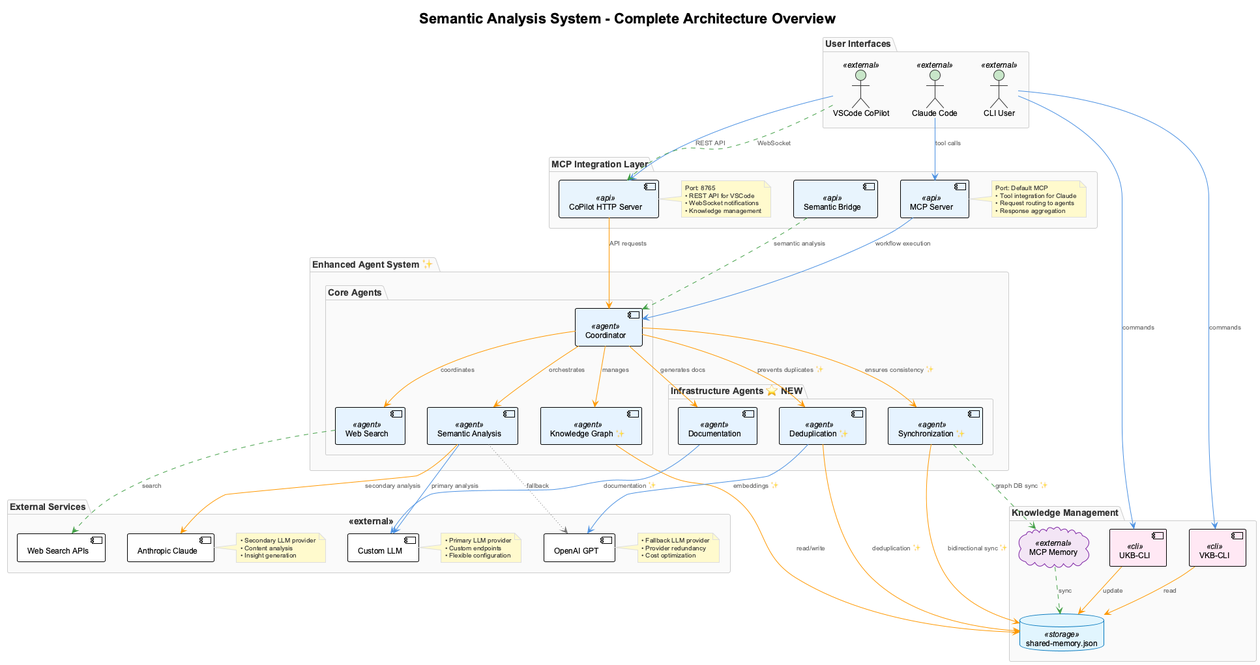
fwornle/coding keeps this PlantUML diagram as docs/images/semantic-analysis-system-overview.png. Above is the earlier version.
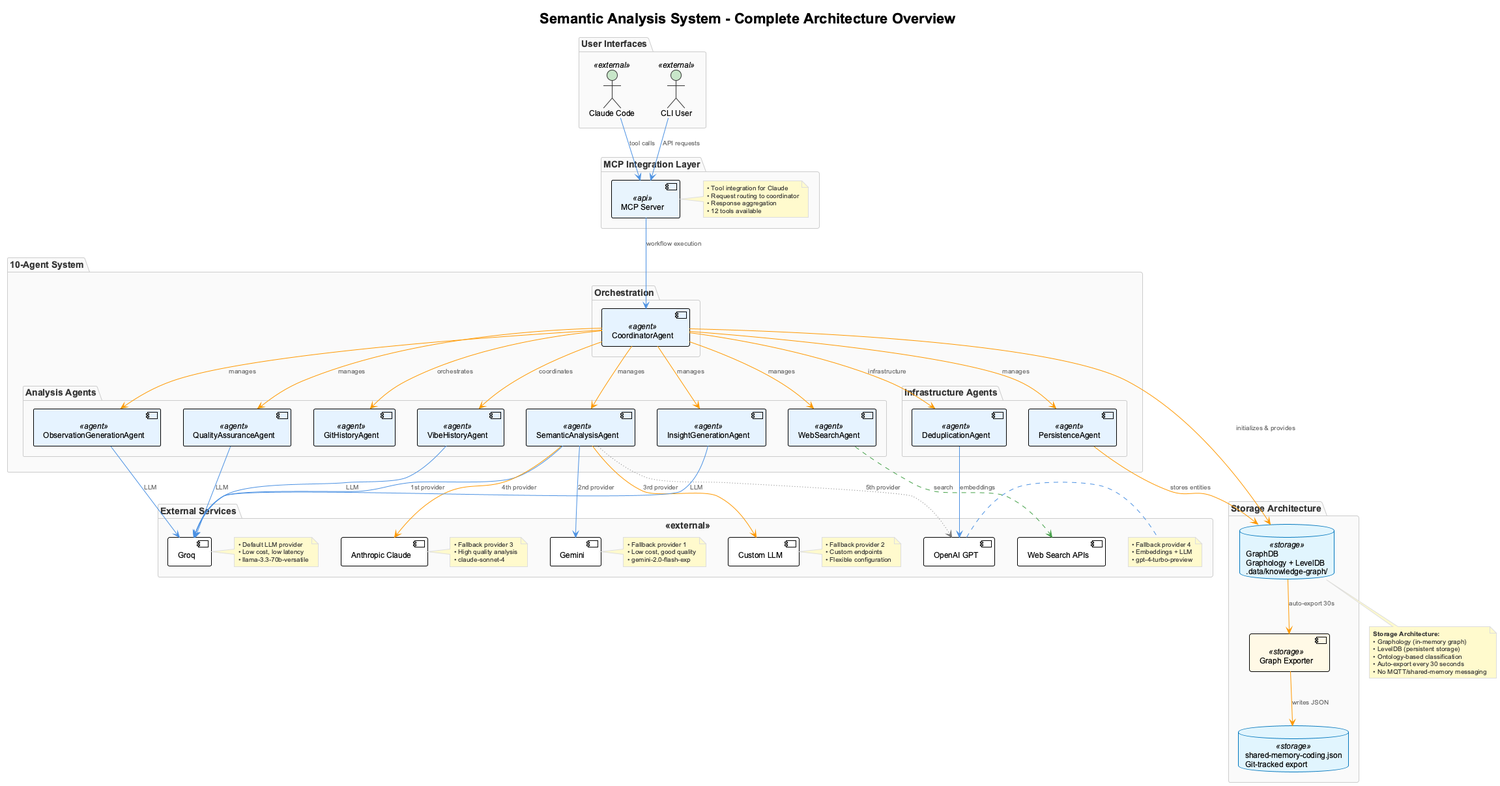
After the change.

The edit, as a diff of the source:
```diff
@@ -7,108 +7,125 @@
 
 package "User Interfaces" {
   actor "Claude Code" as Claude <<external>>
-  actor "VSCode CoPilot" as VSCode <<external>>
   actor "CLI User" as CLIUser <<external>>
 }
 
 package "MCP Integration Layer" {
   component [MCP Server] as MCP <<api>>
-  component [Semantic Bridge] as Bridge <<api>>
-  component [CoPilot HTTP Server] as HTTP <<api>>
 
   note right of MCP
-    Port: Default MCP
     • Tool integration for Claude
-    • Request routing to agents
+    • Request routing to coordinator
     • Response aggregation
-  end note
-
-  note right of HTTP
-    Port: 8765
-    • REST API for VSCode
-    • WebSocket notifications
-    • Knowledge management
+    • 12 tools available
   end note
 }
 
 package "External Services" <<external>> {
+  cloud [Groq] as Groq
+  cloud [Gemini] as Gemini
   cloud [Custom LLM] as Custom
   cloud [Anthropic Claude] as Anthropic
   cloud [OpenAI GPT] as OpenAI
   cloud [Web Search APIs] as WebAPIs
 
+  note right of Groq
+    • Default LLM provider
+    • Low cost, low latency
+    • llama-3.3-70b-versatile
+  end note
+
+  note right of Gemini
+    • Fallback provider 1
+    • Low cost, good quality
+    • gemini-2.0-flash-exp
+  end note
+
   note right of Custom
-    • Primary LLM provider
+    • Fallback provider 2
     • Custom endpoints
     • Flexible configuration
   end note
 
   note right of Anthropic
-    • Secondary LLM provider
-    • Content analysis
-    • Insight generation
+    • Fallback provider 3
+    • High quality analysis
+    • claude-sonnet-4
   end note
 
   note right of OpenAI
-    • Fallback LLM provider
-    • Provider redundancy
-    • Cost optimization
+    • Fallback provider 4
+    • Embeddings + LLM
+    • gpt-4-turbo-preview
   end note
 }
 
-package "Enhanced Agent System ✨" {
-  package "Core Agents" {
-    component [Semantic Analysis] as SemanticAgent <<agent>>
-    component [Web Search] as WebAgent <<agent>>
-    component [Knowledge Graph ✨] as KnowledgeAgent <<agent>>
-    component [Coordinator] as CoordinatorAgent <<agent>>
+package "10-Agent System" {
+  package "Orchestration" {
+    component [CoordinatorAgent] as CoordinatorAgent <<agent>>
   }
 
-  package "Infrastructure Agents ⭐ NEW" {
-    component [Synchronization ✨] as SyncAgent <<agent>>
-    component [Deduplication ✨] as DedupAgent <<agent>>
-    component [Documentation] as DocAgent <<agent>>
+  package "Analysis Agents" {
+    component [GitHistoryAgent] as GitAgent <<agent>>
+    component [VibeHistoryAgent] as VibeAgent <<agent>>
+    component [SemanticAnalysisAgent] as SemanticAgent <<agent>>
+    component [WebSearchAgent] as WebAgent <<agent>>
+    component [InsightGenerationAgent] as InsightAgent <<agent>>
+    component [ObservationGenerationAgent] as ObsAgent <<agent>>
+    component [QualityAssuranceAgent] as QAAgent <<agent>>
+  }
+
+  package "Infrastructure Agents" {
+    component [PersistenceAgent] as PersistAgent <<agent>>
+    component [DeduplicationAgent] as DedupAgent <<agent>>
   }
 }
 
-package "Knowledge Management" {
-  component [UKB-CLI] as UKB <<cli>>
-  component [VKB-CLI] as VKB <<cli>>
-  database "shared-memory.json" as SharedMemory <<storage>>
-  cloud "MCP Memory" as MCPMemory <<external>>
+package "Storage Architecture" {
+  database "GraphDB\nGraphology + LevelDB\n.data/knowledge-graph/" as GraphDB <<storage>>
+  component [Graph Exporter] as Exporter <<storage>>
+  database "shared-memory-coding.json\nGit-tracked export" as SharedMemory <<storage>>
 }
 
-
 Claude -[#4A90E2]-> MCP : tool calls
-VSCode -[#4A90E2]-> HTTP : REST API
-VSCode -[#43A047,dashed]-> HTTP : WebSocket
-CLIUser -[#4A90E2]-> UKB : commands
-CLIUser -[#4A90E2]-> VKB : commands
+CLIUser -[#4A90E2]-> MCP : API requests
 
 MCP -[#4A90E2]-> CoordinatorAgent : workflow execution
-HTTP -[#FF9800]-> CoordinatorAgent : API requests
-Bridge -[#43A047,dashed]-> CoordinatorAgent : semantic analysis
 
-CoordinatorAgent -[#FF9800]-> SemanticAgent : orchestrates
-CoordinatorAgent -[#FF9800]-> WebAgent : coordinates
-CoordinatorAgent -[#FF9800]-> KnowledgeAgent : manages
-CoordinatorAgent -[#FF9800]-> SyncAgent : ensures consistency ✨
-CoordinatorAgent -[#FF9800]-> DedupAgent : prevents duplicates ✨
-CoordinatorAgent -[#FF9800]-> DocAgent : generates docs
+CoordinatorAgent -[#FF9800]-> GitAgent : orchestrates
+CoordinatorAgent -[#FF9800]-> VibeAgent : coordinates
+CoordinatorAgent -[#FF9800]-> SemanticAgent : manages
+CoordinatorAgent -[#FF9800]-> WebAgent : manages
+CoordinatorAgent -[#FF9800]-> InsightAgent : manages
+CoordinatorAgent -[#FF9800]-> ObsAgent : manages
+CoordinatorAgent -[#FF9800]-> QAAgent : manages
+CoordinatorAgent -[#FF9800]-> PersistAgent : manages
+CoordinatorAgent -[#FF9800]-> DedupAgent : infrastructure
 
-KnowledgeAgent -[#FF9800]-> SharedMemory : read/write
-SyncAgent -[#FF9800]-> SharedMemory : bidirectional sync ✨
-DedupAgent -[#FF9800]-> SharedMemory : deduplication ✨
-UKB -[#FF9800]-> SharedMemory : update
-VKB -[#FF9800]-> SharedMemory : read
-MCPMemory -[#43A047,dashed]-> SharedMemory : sync
-SyncAgent -[#43A047,dashed]-> MCPMemory : graph DB sync ✨
+CoordinatorAgent -[#FF9800]-> GraphDB : initializes & provides
+PersistAgent -[#FF9800]-> GraphDB : stores entities
+GraphDB -[#FF9800]-> Exporter : auto-export 30s
+Exporter -[#FF9800]-> SharedMemory : writes JSON
 
-SemanticAgent -[#4A90E2]-> Custom : primary analysis
-SemanticAgent -[#FF9800]-> Anthropic : secondary analysis
-SemanticAgent -[#757575,dotted]-> OpenAI : fallback
-DedupAgent -[#4A90E2]-> OpenAI : embeddings ✨
-DocAgent -[#4A90E2]-> Custom : documentation ✨
+SemanticAgent -[#4A90E2]-> Groq : 1st provider
+SemanticAgent -[#4A90E2]-> Gemini : 2nd provider
+SemanticAgent -[#FF9800]-> Custom : 3rd provider
+SemanticAgent -[#FF9800]-> Anthropic : 4th provider
+SemanticAgent -[#757575,dotted]-> OpenAI : 5th provider
+VibeAgent -[#4A90E2]-> Groq : LLM
+InsightAgent -[#4A90E2]-> Groq : LLM
+ObsAgent -[#4A90E2]-> Groq : LLM
+QAAgent -[#4A90E2]-> Groq : LLM
+DedupAgent -[#4A90E2]-> OpenAI : embeddings
 WebAgent -[#43A047,dashed]-> WebAPIs : search
 
+note bottom of GraphDB
+  **Storage Architecture:**
+  • Graphology (in-memory graph)
+  • LevelDB (persistent storage)
+  • Ontology-based classification
+  • Auto-export every 30 seconds
+  • No MQTT/shared-memory messaging
+end note
+
 @enduml
```
